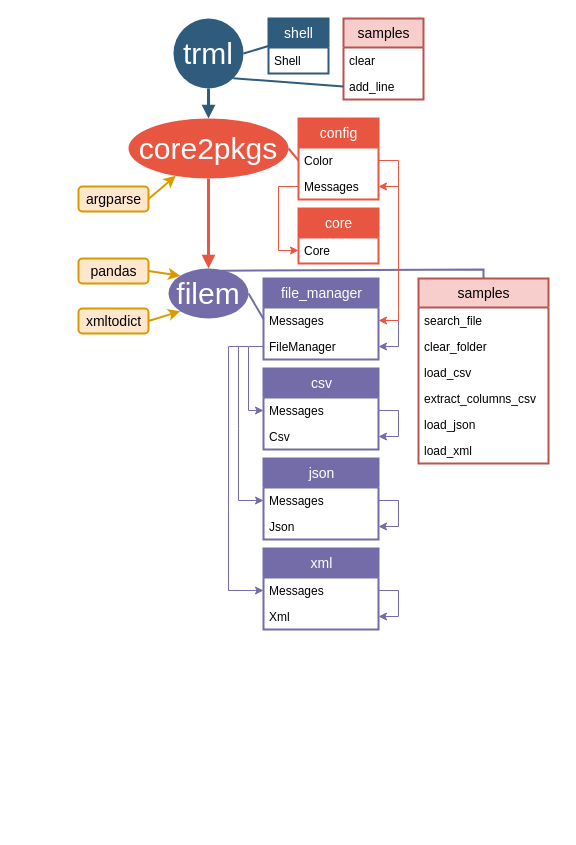
Above: Package_tree.drawio in DmitryRyumin/pkgs (draw.io), before the change. Source tidied: cells renumbered, new cells numbered last; positions are measured from the earlier drawing's top-left corner, leaving out a move shared by most shapes. Both pictures are drawn from the tidied source at 100%, with x=0, y=0 at pixel (78, 18).
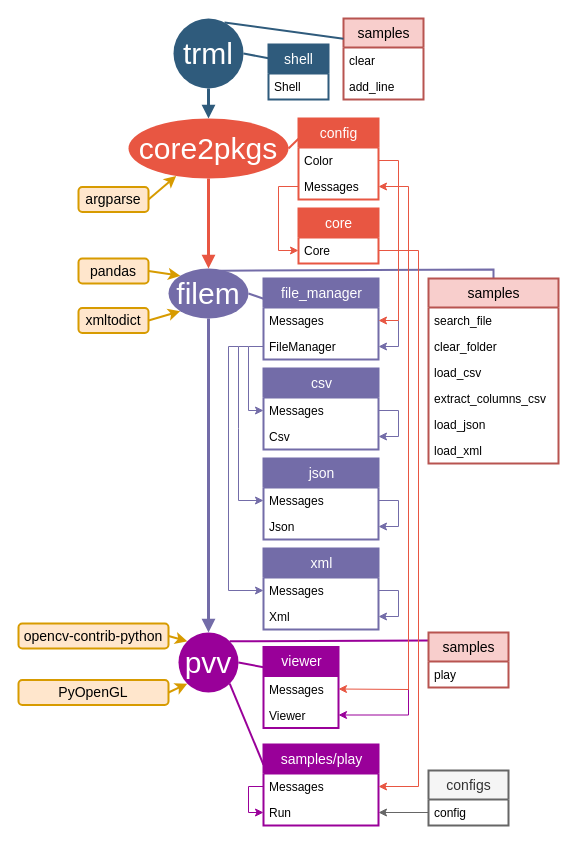
The same page after the edit.

Unchanged cells that the change refers to:
```xml
<mxCell id="5" value="trml" style="ellipse;whiteSpace=wrap;html=1;shadow=0;fontFamily=Helvetica;fontSize=30;fontColor=#FFFFFF;align=center;strokeColor=none;strokeWidth=6;fillColor=#2F5B7C;fontStyle=0;gradientColor=none;" parent="1" vertex="1">
  <mxGeometry x="95" width="70" height="70" as="geometry" />
</mxCell>
<mxCell id="6" value="core2pkgs" style="ellipse;whiteSpace=wrap;html=1;shadow=0;fontFamily=Helvetica;fontSize=30;fontColor=#FFFFFF;align=center;strokeColor=none;strokeWidth=6;fillColor=#E85642;fontStyle=0;gradientColor=none;" parent="1" vertex="1">
  <mxGeometry x="50" y="100" width="160" height="60" as="geometry" />
</mxCell>
<mxCell id="10" value="config" style="swimlane;fontStyle=0;horizontal=1;startSize=29;fillColor=#E85642;swimlaneFillColor=#ffffff;align=center;fontSize=14;rounded=0;shadow=0;strokeWidth=2;fontColor=#FFFFFF;spacing=2;spacingTop=0;strokeColor=#E85642;swimlaneLine=1;html=1;overflow=visible;" parent="1" vertex="1">
  <mxGeometry x="220" y="100" width="80" height="81" as="geometry" />
</mxCell>
<mxCell id="11" value="Color" style="text;spacingLeft=4;spacingRight=4;overflow=hidden;points=[[0,0.5],[1,0.5]];portConstraint=eastwest;fontSize=12;perimeterSpacing=0;" parent="10" vertex="1">
  <mxGeometry y="29" width="80" height="26" as="geometry" />
</mxCell>
<mxCell id="17" value="Core" style="text;spacingLeft=4;spacingRight=4;overflow=hidden;points=[[0,0.5],[1,0.5]];portConstraint=eastwest;fontSize=12;perimeterSpacing=0;" parent="16" vertex="1">
  <mxGeometry y="29" width="80" height="26" as="geometry" />
</mxCell>
<mxCell id="19" value="samples" style="swimlane;fontStyle=0;horizontal=1;startSize=29;fillColor=#f8cecc;swimlaneFillColor=#ffffff;align=center;fontSize=14;rounded=0;shadow=0;strokeWidth=2;spacing=2;spacingTop=0;strokeColor=#B85450;swimlaneLine=1;html=1;overflow=visible;" parent="1" vertex="1">
  <mxGeometry x="265" width="80" height="81" as="geometry" />
</mxCell>
<mxCell id="21" value="add_line" style="text;spacingLeft=4;spacingRight=4;overflow=hidden;points=[[0,0.5],[1,0.5]];portConstraint=eastwest;fontSize=12;perimeterSpacing=0;" parent="19" vertex="1">
  <mxGeometry y="55" width="80" height="26" as="geometry" />
</mxCell>
<mxCell id="23" value="filem" style="ellipse;whiteSpace=wrap;html=1;shadow=0;fontFamily=Helvetica;fontSize=30;fontColor=#FFFFFF;align=center;strokeColor=none;strokeWidth=6;fillColor=#736CA8;fontStyle=0;gradientColor=none;" parent="1" vertex="1">
  <mxGeometry x="90" y="250" width="80" height="50" as="geometry" />
</mxCell>
<mxCell id="29" value="file_manager" style="swimlane;fontStyle=0;horizontal=1;startSize=29;fillColor=#736CA8;swimlaneFillColor=#ffffff;align=center;fontSize=14;rounded=0;shadow=0;strokeWidth=2;fontColor=#FFFFFF;spacing=2;spacingTop=0;strokeColor=#736CA8;swimlaneLine=1;html=1;overflow=visible;" parent="1" vertex="1">
  <mxGeometry x="185" y="260" width="115" height="81" as="geometry" />
</mxCell>
```

Diff of the diagram source:
```diff
@@
+    <mxCell id="57" style="edgeStyle=none;endArrow=none;strokeWidth=2;strokeColor=#990099;html=1;entryX=1;entryY=0;entryDx=0;entryDy=0;exitX=0.003;exitY=0.146;exitDx=0;exitDy=0;rounded=1;exitPerimeter=0;" parent="1" edge="1" source="70" target="58">
+      <mxGeometry x="-579.5" y="19" as="geometry" />
+    </mxCell>
     <mxCell id="2" style="edgeStyle=none;endArrow=none;strokeWidth=2;strokeColor=#736CA8;html=1;entryX=0.5;entryY=0;entryDx=0;entryDy=0;rounded=0;exitX=0.647;exitY=0.043;exitDx=0;exitDy=0;exitPerimeter=0;" parent="1" edge="1" source="23" target="50">
       <mxGeometry x="-624.5" y="-85" as="geometry">
         <Array as="points">
-          <mxPoint x="405" y="251" />
+          <mxPoint x="415" y="251" />
         </Array>
       </mxGeometry>
     </mxCell>
-    <mxCell id="3" style="edgeStyle=none;endArrow=none;strokeWidth=2;strokeColor=#2F5B7C;html=1;entryX=1;entryY=0.5;entryDx=0;entryDy=0;exitX=0;exitY=0.5;exitDx=0;exitDy=0;" parent="1" edge="1" source="7" target="5">
+    <mxCell id="3" style="edgeStyle=none;endArrow=none;strokeWidth=2;strokeColor=#2F5B7C;html=1;entryX=1;entryY=0.5;entryDx=0;entryDy=0;exitX=0;exitY=0.25;exitDx=0;exitDy=0;" parent="1" edge="1" source="7" target="5">
       <mxGeometry x="-644.5" y="-105" as="geometry" />
     </mxCell>
@@
     <mxCell id="7" value="shell" style="swimlane;fontStyle=0;horizontal=1;startSize=29;fillColor=#2F5B7C;swimlaneFillColor=#ffffff;align=center;fontSize=14;rounded=0;shadow=0;strokeWidth=2;fontColor=#FFFFFF;spacing=2;spacingTop=0;strokeColor=#2F5B7C;swimlaneLine=1;html=1;overflow=visible;" parent="1" vertex="1">
-      <mxGeometry x="190" width="60" height="55" as="geometry" />
+      <mxGeometry x="190" y="26" width="60" height="55" as="geometry" />
     </mxCell>
@@
-    <mxCell id="9" style="edgeStyle=none;endArrow=none;strokeWidth=2;strokeColor=#E85642;html=1;entryX=1;entryY=0.5;entryDx=0;entryDy=0;exitX=0;exitY=0.5;exitDx=0;exitDy=0;rounded=1;" parent="1" edge="1" source="11" target="6">
+    <mxCell id="9" style="edgeStyle=none;endArrow=none;strokeWidth=2;strokeColor=#E85642;html=1;entryX=1;entryY=0.5;entryDx=0;entryDy=0;exitX=0;exitY=0.25;exitDx=0;exitDy=0;rounded=1;" parent="1" edge="1" source="10" target="6">
       <mxGeometry x="-609.5" y="-5" as="geometry" />
     </mxCell>
@@
-    <mxCell id="15" value="&lt;pre style=&quot;font-size: 14px;&quot;&gt;&lt;font face=&quot;Helvetica&quot; style=&quot;font-size: 14px;&quot;&gt;argparse&lt;/font&gt;&lt;/pre&gt;" style="rounded=1;fillColor=#ffe6cc;strokeColor=#D79B00;strokeWidth=2;shadow=0;html=1;fontSize=14;" parent="1" vertex="1">
-      <mxGeometry y="168" width="70" height="25" as="geometry" />
-    </mxCell>
@@
-    <mxCell id="22" style="edgeStyle=none;endArrow=none;strokeWidth=2;strokeColor=#2F5B7C;html=1;entryX=1;entryY=1;entryDx=0;entryDy=0;rounded=0;exitX=0;exitY=0.5;exitDx=0;exitDy=0;" parent="1" edge="1" source="21" target="5">
-      <mxGeometry x="-634.5" y="-95" as="geometry" />
+    <mxCell id="22" style="edgeStyle=none;endArrow=none;strokeWidth=2;strokeColor=#2F5B7C;html=1;rounded=0;exitX=0;exitY=0.25;exitDx=0;exitDy=0;" parent="1" edge="1" source="19">
+      <mxGeometry x="-634.5" y="-95" as="geometry">
+        <mxPoint x="146" y="4" as="targetPoint" />
+      </mxGeometry>
     </mxCell>
@@
-    <mxCell id="26" value="&lt;pre style=&quot;font-size: 14px&quot;&gt;&lt;font face=&quot;Helvetica&quot; style=&quot;font-size: 14px&quot;&gt;pandas&lt;/font&gt;&lt;/pre&gt;" style="rounded=1;fillColor=#ffe6cc;strokeColor=#D79B00;strokeWidth=2;shadow=0;html=1;fontSize=14;" parent="1" vertex="1">
-      <mxGeometry y="240" width="70" height="25" as="geometry" />
-    </mxCell>
@@
-    <mxCell id="28" value="&lt;pre style=&quot;font-size: 14px&quot;&gt;&lt;font face=&quot;Helvetica&quot; style=&quot;font-size: 14px&quot;&gt;xmltodict&lt;/font&gt;&lt;/pre&gt;" style="rounded=1;fillColor=#ffe6cc;strokeColor=#D79B00;strokeWidth=2;shadow=0;html=1;fontSize=14;" parent="1" vertex="1">
-      <mxGeometry y="290" width="70" height="25" as="geometry" />
-    </mxCell>
@@
-    <mxCell id="33" style="edgeStyle=none;endArrow=none;strokeWidth=2;strokeColor=#736CA8;html=1;entryX=1;entryY=0.5;entryDx=0;entryDy=0;exitX=0;exitY=0.5;exitDx=0;exitDy=0;rounded=1;" parent="1" edge="1" source="29" target="23">
+    <mxCell id="33" style="edgeStyle=none;endArrow=none;strokeWidth=2;strokeColor=#736CA8;html=1;entryX=1;entryY=0.5;entryDx=0;entryDy=0;exitX=0;exitY=0.25;exitDx=0;exitDy=0;rounded=1;" parent="1" edge="1" source="29" target="23">
       <mxGeometry x="-599.5" y="5" as="geometry" />
     </mxCell>
@@
     <mxCell id="50" value="samples" style="swimlane;fontStyle=0;horizontal=1;startSize=29;fillColor=#f8cecc;swimlaneFillColor=#ffffff;align=center;fontSize=14;rounded=0;shadow=0;strokeWidth=2;spacing=2;spacingTop=0;strokeColor=#B85450;swimlaneLine=1;html=1;overflow=visible;" parent="1" vertex="1">
-      <mxGeometry x="340" y="260" width="130" height="185" as="geometry" />
+      <mxGeometry x="350" y="260" width="130" height="185" as="geometry" />
     </mxCell>
@@
+    <mxCell id="15" value="argparse" style="rounded=1;whiteSpace=wrap;html=1;shadow=0;glass=0;comic=0;strokeColor=#d79b00;strokeWidth=2;fillColor=#ffe6cc;fontSize=14;align=center;" parent="1" vertex="1">
+      <mxGeometry y="168.5" width="70" height="25" as="geometry" />
+    </mxCell>
+    <mxCell id="26" value="pandas" style="rounded=1;whiteSpace=wrap;html=1;shadow=0;glass=0;comic=0;strokeColor=#d79b00;strokeWidth=2;fillColor=#ffe6cc;fontSize=14;align=center;" parent="1" vertex="1">
+      <mxGeometry y="240" width="70" height="25" as="geometry" />
+    </mxCell>
+    <mxCell id="28" value="xmltodict" style="rounded=1;whiteSpace=wrap;html=1;shadow=0;glass=0;comic=0;strokeColor=#d79b00;strokeWidth=2;fillColor=#ffe6cc;fontSize=14;align=center;" parent="1" vertex="1">
+      <mxGeometry y="289.5" width="70" height="25" as="geometry" />
+    </mxCell>
+    <mxCell id="58" value="pvv" style="ellipse;whiteSpace=wrap;html=1;shadow=0;fontFamily=Helvetica;fontSize=30;fontColor=#FFFFFF;align=center;strokeColor=none;strokeWidth=6;fillColor=#990099;fontStyle=0;gradientColor=none;" parent="1" vertex="1">
+      <mxGeometry x="100" y="614" width="60" height="60" as="geometry" />
+    </mxCell>
+    <mxCell id="59" style="edgeStyle=orthogonalEdgeStyle;rounded=0;jettySize=auto;html=1;startSize=30;strokeColor=#736CA8;strokeWidth=3;fontSize=30;fontColor=#000000;endArrow=block;endFill=1;exitX=0.5;exitY=1;exitDx=0;exitDy=0;entryX=0.5;entryY=0;entryDx=0;entryDy=0;" parent="1" edge="1" source="23" target="58">
+      <mxGeometry relative="1" as="geometry">
+        <Array as="points">
+          <mxPoint x="130" y="490" />
+          <mxPoint x="130" y="490" />
+        </Array>
+      </mxGeometry>
+    </mxCell>
+    <mxCell id="60" style="rounded=1;jettySize=auto;html=1;startSize=30;endArrow=classic;endFill=1;strokeColor=#D79B00;strokeWidth=2;fontSize=30;fontColor=#000000;exitX=1;exitY=0.5;exitDx=0;exitDy=0;entryX=0;entryY=0;entryDx=0;entryDy=0;" parent="1" edge="1" source="61" target="58">
+      <mxGeometry relative="1" as="geometry" />
+    </mxCell>
+    <mxCell id="61" value="opencv-contrib-python" style="rounded=1;whiteSpace=wrap;html=1;shadow=0;glass=0;comic=0;strokeColor=#d79b00;strokeWidth=2;fillColor=#ffe6cc;fontSize=14;align=center;" parent="1" vertex="1">
+      <mxGeometry x="-60" y="605" width="150" height="25" as="geometry" />
+    </mxCell>
+    <mxCell id="62" style="rounded=1;jettySize=auto;html=1;startSize=30;endArrow=classic;endFill=1;strokeColor=#D79B00;strokeWidth=2;fontSize=30;fontColor=#000000;exitX=1;exitY=0.5;exitDx=0;exitDy=0;entryX=0;entryY=1;entryDx=0;entryDy=0;" parent="1" edge="1" source="63" target="58">
+      <mxGeometry relative="1" as="geometry" />
+    </mxCell>
+    <mxCell id="63" value="PyOpenGL" style="rounded=1;whiteSpace=wrap;html=1;shadow=0;glass=0;comic=0;strokeColor=#d79b00;strokeWidth=2;fillColor=#ffe6cc;fontSize=14;align=center;" parent="1" vertex="1">
+      <mxGeometry x="-60" y="661.5" width="150" height="25" as="geometry" />
+    </mxCell>
+    <mxCell id="64" value="viewer" style="swimlane;fontStyle=0;horizontal=1;startSize=29;fillColor=#990099;swimlaneFillColor=#ffffff;align=center;fontSize=14;rounded=0;shadow=0;strokeWidth=2;fontColor=#FFFFFF;spacing=2;spacingTop=0;strokeColor=#990099;swimlaneLine=1;html=1;overflow=visible;" parent="1" vertex="1">
+      <mxGeometry x="185" y="628.5" width="75" height="81" as="geometry" />
+    </mxCell>
+    <mxCell id="65" value="Messages" style="text;spacingLeft=4;spacingRight=4;overflow=hidden;points=[[0,0.5],[1,0.5]];portConstraint=eastwest;fontSize=12;perimeterSpacing=0;" parent="64" vertex="1">
+      <mxGeometry y="29" width="75" height="26" as="geometry" />
+    </mxCell>
+    <mxCell id="66" value="Viewer" style="text;spacingLeft=4;spacingRight=4;overflow=hidden;points=[[0,0.5],[1,0.5]];portConstraint=eastwest;fontSize=12;perimeterSpacing=0;" parent="64" vertex="1">
+      <mxGeometry y="55" width="75" height="26" as="geometry" />
+    </mxCell>
+    <mxCell id="67" style="edgeStyle=none;endArrow=classic;strokeWidth=1;strokeColor=#990099;html=1;entryX=1;entryY=0.5;entryDx=0;entryDy=0;rounded=0;endFill=1;" parent="64" edge="1" target="66">
+      <mxGeometry x="-4504.5" y="-985" as="geometry">
+        <mxPoint x="145" y="42" as="sourcePoint" />
+        <Array as="points">
+          <mxPoint x="145" y="42" />
+          <mxPoint x="145" y="68" />
+        </Array>
+      </mxGeometry>
+    </mxCell>
+    <mxCell id="68" style="edgeStyle=none;endArrow=none;strokeWidth=2;strokeColor=#990099;html=1;entryX=1;entryY=0.5;entryDx=0;entryDy=0;exitX=0;exitY=0.25;exitDx=0;exitDy=0;rounded=1;" parent="1" edge="1" source="64" target="58">
+      <mxGeometry x="-589.5" y="9" as="geometry" />
+    </mxCell>
+    <mxCell id="69" style="edgeStyle=none;endArrow=classic;strokeWidth=1;strokeColor=#E85642;html=1;rounded=0;endFill=1;entryX=1;entryY=0.5;entryDx=0;entryDy=0;" parent="1" edge="1" target="65">
+      <mxGeometry x="-3199.5" y="-345" as="geometry">
+        <mxPoint x="320" y="168" as="sourcePoint" />
+        <Array as="points">
+          <mxPoint x="330" y="168" />
+          <mxPoint x="330" y="671" />
+        </Array>
+      </mxGeometry>
+    </mxCell>
+    <mxCell id="70" value="samples" style="swimlane;fontStyle=0;horizontal=1;startSize=29;fillColor=#f8cecc;swimlaneFillColor=#ffffff;align=center;fontSize=14;rounded=0;shadow=0;strokeWidth=2;spacing=2;spacingTop=0;strokeColor=#B85450;swimlaneLine=1;html=1;overflow=visible;" parent="1" vertex="1">
+      <mxGeometry x="350" y="614" width="80" height="55" as="geometry" />
+    </mxCell>
+    <mxCell id="71" value="play" style="text;spacingLeft=4;spacingRight=4;overflow=hidden;fontSize=12;perimeterSpacing=0;" parent="70" vertex="1">
+      <mxGeometry y="29" width="80" height="26" as="geometry" />
+    </mxCell>
+    <mxCell id="72" value="configs" style="swimlane;fontStyle=0;horizontal=1;startSize=29;fillColor=#f5f5f5;swimlaneFillColor=#ffffff;align=center;fontSize=14;rounded=0;shadow=0;strokeWidth=2;spacing=2;spacingTop=0;strokeColor=#666666;swimlaneLine=1;html=1;overflow=visible;fontColor=#333333;" parent="1" vertex="1">
+      <mxGeometry x="350" y="752" width="80" height="55" as="geometry" />
+    </mxCell>
+    <mxCell id="73" value="config" style="text;spacingLeft=4;spacingRight=4;overflow=hidden;points=[[0,0.5],[1,0.5]];portConstraint=eastwest;fontSize=12;perimeterSpacing=0;" parent="72" vertex="1">
+      <mxGeometry y="29" width="80" height="26" as="geometry" />
+    </mxCell>
+    <mxCell id="74" style="edgeStyle=none;endArrow=classic;strokeWidth=1;strokeColor=#666666;html=1;rounded=0;endFill=1;exitX=0;exitY=0.5;exitDx=0;exitDy=0;entryX=1;entryY=0.5;entryDx=0;entryDy=0;" parent="1" edge="1" source="73" target="77">
+      <mxGeometry x="-4494.5" y="-975" as="geometry" />
+    </mxCell>
+    <mxCell id="75" value="samples/play" style="swimlane;fontStyle=0;horizontal=1;startSize=29;fillColor=#990099;swimlaneFillColor=#ffffff;align=center;fontSize=14;rounded=0;shadow=0;strokeWidth=2;fontColor=#FFFFFF;spacing=2;spacingTop=0;strokeColor=#990099;swimlaneLine=1;html=1;overflow=visible;" parent="1" vertex="1">
+      <mxGeometry x="185" y="726" width="115" height="81" as="geometry" />
+    </mxCell>
+    <mxCell id="76" value="Messages" style="text;spacingLeft=4;spacingRight=4;overflow=hidden;points=[[0,0.5],[1,0.5]];portConstraint=eastwest;fontSize=12;perimeterSpacing=0;" parent="75" vertex="1">
+      <mxGeometry y="29" width="115" height="26" as="geometry" />
+    </mxCell>
+    <mxCell id="77" value="Run" style="text;spacingLeft=4;spacingRight=4;overflow=hidden;points=[[0,0.5],[1,0.5]];portConstraint=eastwest;fontSize=12;perimeterSpacing=0;" parent="75" vertex="1">
+      <mxGeometry y="55" width="115" height="26" as="geometry" />
+    </mxCell>
+    <mxCell id="78" style="edgeStyle=none;endArrow=classic;strokeWidth=1;strokeColor=#990099;html=1;rounded=0;endFill=1;exitX=0;exitY=0.5;exitDx=0;exitDy=0;entryX=0;entryY=0.5;entryDx=0;entryDy=0;" parent="75" edge="1" source="76" target="77">
+      <mxGeometry x="-5779.5" y="-1701" as="geometry">
+        <Array as="points">
+          <mxPoint x="-15" y="42" />
+          <mxPoint x="-15" y="68" />
+        </Array>
+      </mxGeometry>
+    </mxCell>
+    <mxCell id="79" style="edgeStyle=none;endArrow=none;strokeWidth=2;strokeColor=#990099;html=1;entryX=1;entryY=1;entryDx=0;entryDy=0;exitX=0;exitY=0.25;exitDx=0;exitDy=0;rounded=1;" parent="1" edge="1" source="75" target="58">
+      <mxGeometry x="-579.5" y="19" as="geometry" />
+    </mxCell>
+    <mxCell id="80" style="edgeStyle=none;endArrow=classic;strokeWidth=1;strokeColor=#E85642;html=1;rounded=0;endFill=1;entryX=1;entryY=0.5;entryDx=0;entryDy=0;exitX=1;exitY=0.5;exitDx=0;exitDy=0;" parent="1" edge="1" source="17" target="76">
+      <mxGeometry x="-3139.5" y="-345.5" as="geometry">
+        <Array as="points">
+          <mxPoint x="340" y="232" />
+          <mxPoint x="340" y="768" />
+        </Array>
+      </mxGeometry>
+    </mxCell>
```
